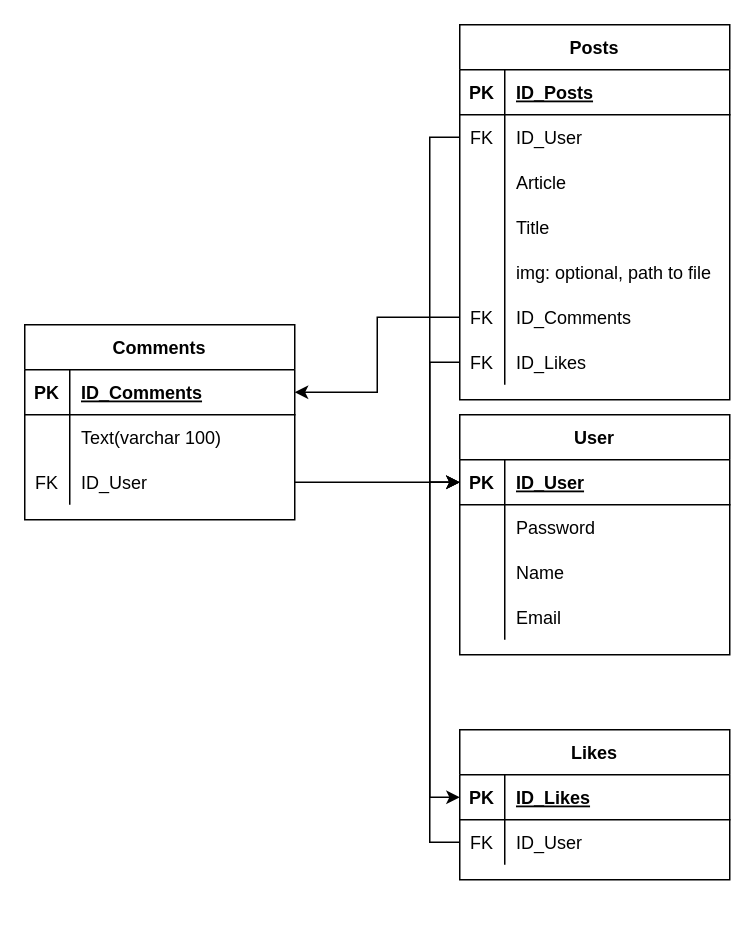
Before: Diagram/Twitch.drawio in IonGirbu/PW-2, a draw.io diagram. Source tidied: cells renumbered, new cells numbered last; positions are measured from the earlier drawing's top-left corner, leaving out a move shared by most shapes. Both pictures are drawn from the tidied source at 150%, with x=0, y=0 at pixel (24, 24).
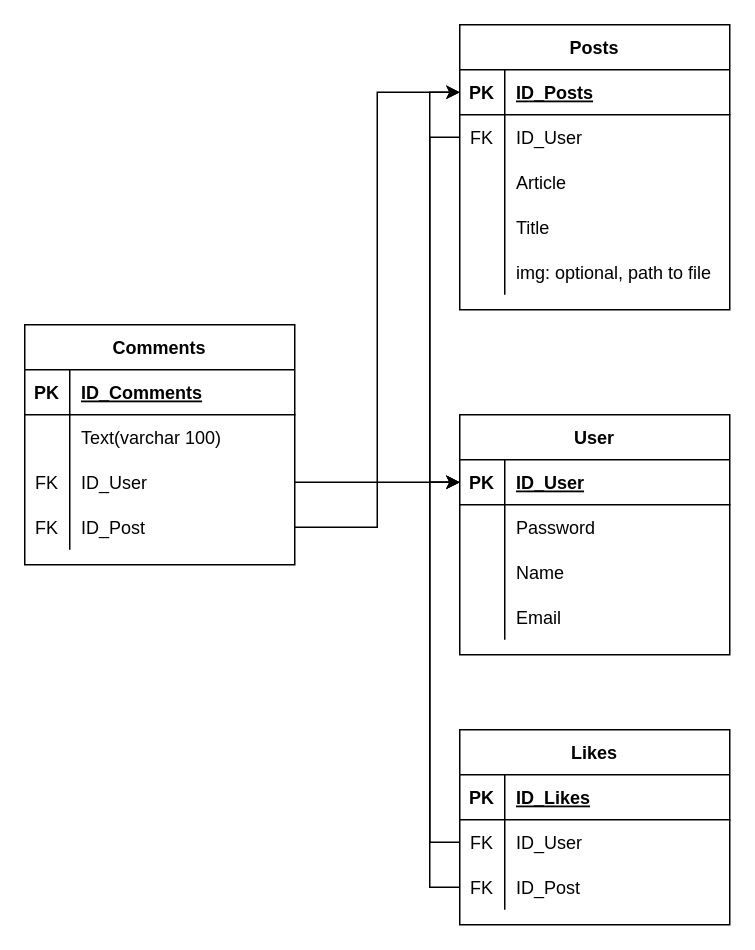
The same diagram, later.

Unchanged cells that the change refers to:
```xml
<mxCell id="16" style="shape=tableRow;horizontal=0;startSize=0;swimlaneHead=0;swimlaneBody=0;fillColor=none;points=[[0,0.5],[1,0.5]];portConstraint=eastwest;top=0;left=0;right=0;bottom=1;" parent="15" vertex="1">
  <mxGeometry y="30" width="180" height="30" as="geometry" />
</mxCell>
<mxCell id="23" style="shape=tableRow;horizontal=0;startSize=0;swimlaneHead=0;swimlaneBody=0;fillColor=none;points=[[0,0.5],[1,0.5]];portConstraint=eastwest;top=0;left=0;right=0;bottom=1;" parent="22" vertex="1">
  <mxGeometry y="30" width="180" height="30" as="geometry" />
</mxCell>
<mxCell id="33" style="shape=tableRow;horizontal=0;startSize=0;swimlaneHead=0;swimlaneBody=0;fillColor=none;points=[[0,0.5],[1,0.5]];portConstraint=eastwest;top=0;left=0;right=0;bottom=1;" parent="32" vertex="1">
  <mxGeometry y="30" width="180" height="30" as="geometry" />
</mxCell>
```

Change to the diagram source:
```diff
@@
     <mxCell id="15" value="Likes" style="shape=table;startSize=30;childLayout=tableLayout;rowLines=0;fontStyle=1;align=center;" parent="1" vertex="1">
-      <mxGeometry x="290" y="470" width="180" height="100" as="geometry" />
+      <mxGeometry x="290" y="470" width="180" height="130" as="geometry" />
     </mxCell>
@@
+    <mxCell id="59" style="shape=tableRow;horizontal=0;startSize=0;swimlaneHead=0;swimlaneBody=0;fillColor=none;points=[[0,0.5],[1,0.5]];portConstraint=eastwest;top=0;left=0;right=0;bottom=0;" parent="15" vertex="1">
+      <mxGeometry y="90" width="180" height="30" as="geometry" />
+    </mxCell>
+    <mxCell id="60" value="FK" style="shape=partialRectangle;fillColor=none;top=0;left=0;bottom=0;right=0;overflow=hidden;" parent="59" vertex="1">
+      <mxGeometry width="30" height="30" as="geometry" />
+    </mxCell>
+    <mxCell id="61" value="ID_Post" style="shape=partialRectangle;fillColor=none;top=0;left=0;bottom=0;right=0;align=left;spacingLeft=6;overflow=hidden;" parent="59" vertex="1">
+      <mxGeometry x="30" width="150" height="30" as="geometry" />
+    </mxCell>
     <mxCell id="22" value="Comments" style="shape=table;startSize=30;childLayout=tableLayout;rowLines=0;fontStyle=1;align=center;" parent="1" vertex="1">
-      <mxGeometry y="200" width="180" height="130" as="geometry" />
+      <mxGeometry y="200" width="180" height="160" as="geometry" />
     </mxCell>
@@
+    <mxCell id="62" style="shape=tableRow;horizontal=0;startSize=0;swimlaneHead=0;swimlaneBody=0;fillColor=none;points=[[0,0.5],[1,0.5]];portConstraint=eastwest;top=0;left=0;right=0;bottom=0;strokeColor=default;" parent="22" vertex="1">
+      <mxGeometry y="120" width="180" height="30" as="geometry" />
+    </mxCell>
+    <mxCell id="63" value="FK" style="shape=partialRectangle;fillColor=none;top=0;left=0;bottom=0;right=0;overflow=hidden;" parent="62" vertex="1">
+      <mxGeometry width="30" height="30" as="geometry" />
+    </mxCell>
+    <mxCell id="64" value="ID_Post" style="shape=partialRectangle;fillColor=none;top=0;left=0;bottom=0;right=0;align=left;spacingLeft=6;overflow=hidden;fontStyle=0;" parent="62" vertex="1">
+      <mxGeometry x="30" width="150" height="30" as="geometry" />
+    </mxCell>
     <mxCell id="32" value="Posts" style="shape=table;startSize=30;childLayout=tableLayout;rowLines=0;fontStyle=1;align=center;" parent="1" vertex="1">
-      <mxGeometry x="290" width="180" height="250" as="geometry" />
+      <mxGeometry x="290" width="180" height="190" as="geometry" />
     </mxCell>
@@
-    <mxCell id="48" style="shape=tableRow;horizontal=0;startSize=0;swimlaneHead=0;swimlaneBody=0;fillColor=none;points=[[0,0.5],[1,0.5]];portConstraint=eastwest;top=0;left=0;right=0;bottom=0;" parent="32" vertex="1">
-      <mxGeometry y="180" width="180" height="30" as="geometry" />
-    </mxCell>
-    <mxCell id="49" value="FK" style="shape=partialRectangle;fillColor=none;top=0;left=0;bottom=0;right=0;overflow=hidden;" parent="48" vertex="1">
-      <mxGeometry width="30" height="30" as="geometry" />
-    </mxCell>
-    <mxCell id="50" value="ID_Comments" style="shape=partialRectangle;fillColor=none;top=0;left=0;bottom=0;right=0;align=left;spacingLeft=6;overflow=hidden;" parent="48" vertex="1">
-      <mxGeometry x="30" width="150" height="30" as="geometry" />
-    </mxCell>
-    <mxCell id="51" style="shape=tableRow;horizontal=0;startSize=0;swimlaneHead=0;swimlaneBody=0;fillColor=none;points=[[0,0.5],[1,0.5]];portConstraint=eastwest;top=0;left=0;right=0;bottom=0;" parent="32" vertex="1">
-      <mxGeometry y="210" width="180" height="30" as="geometry" />
-    </mxCell>
-    <mxCell id="52" value="FK" style="shape=partialRectangle;fillColor=none;top=0;left=0;bottom=0;right=0;overflow=hidden;" parent="51" vertex="1">
-      <mxGeometry width="30" height="30" as="geometry" />
-    </mxCell>
-    <mxCell id="53" value="ID_Likes" style="shape=partialRectangle;fillColor=none;top=0;left=0;bottom=0;right=0;align=left;spacingLeft=6;overflow=hidden;" parent="51" vertex="1">
-      <mxGeometry x="30" width="150" height="30" as="geometry" />
-    </mxCell>
@@
-    <mxCell id="56" style="edgeStyle=orthogonalEdgeStyle;rounded=0;jettySize=auto;html=1;entryX=1;entryY=0.5;entryDx=0;entryDy=0;" parent="1" edge="1" source="48" target="23">
-      <mxGeometry relative="1" as="geometry" />
-    </mxCell>
-    <mxCell id="57" style="edgeStyle=orthogonalEdgeStyle;rounded=0;jettySize=auto;html=1;entryX=0;entryY=0.5;entryDx=0;entryDy=0;" parent="1" edge="1" source="51" target="16">
-      <mxGeometry relative="1" as="geometry" />
-    </mxCell>
@@
+    <mxCell id="65" style="edgeStyle=orthogonalEdgeStyle;rounded=0;jettySize=auto;html=1;entryX=0;entryY=0.5;entryDx=0;entryDy=0;" parent="1" edge="1" source="62" target="33">
+      <mxGeometry relative="1" as="geometry" />
+    </mxCell>
+    <mxCell id="66" style="edgeStyle=orthogonalEdgeStyle;rounded=0;jettySize=auto;html=1;entryX=0;entryY=0.5;entryDx=0;entryDy=0;" parent="1" edge="1" source="59" target="33">
+      <mxGeometry relative="1" as="geometry" />
+    </mxCell>
```
